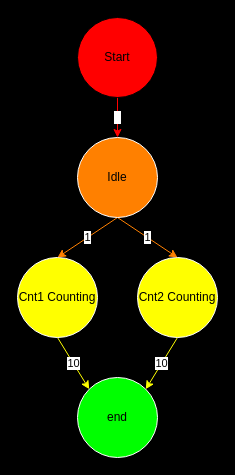
gordonpow/lab_hardware_test keeps this draw.io diagram as 4/img/AOV.drawio. Above is the earlier version. Source tidied: cells renumbered, new cells numbered last; positions are measured from the earlier drawing's top-left corner, leaving out a move shared by most shapes. Both pictures are drawn from the tidied source at 100%, with x=0, y=0 at pixel (17, 17).
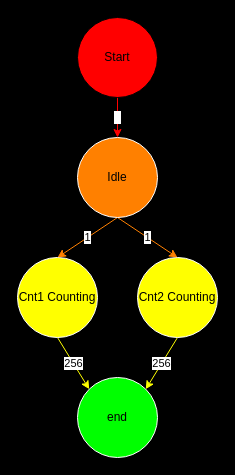
Above is the later version.

Commit message (it also covers changes not shown here):
docs: 更新AOV圖 修正clk次數

The edit, as a diff of the source:
```diff
@@
 <mxGraphModel background="#000000">
   <root>
     <mxCell id="0" />
     <mxCell id="1" parent="0" />
     <mxCell id="2" value="1" style="edgeStyle=none;html=1;exitX=0.5;exitY=1;exitDx=0;exitDy=0;fontColor=#FFFFFF;strokeColor=#FF0000;entryX=0.5;entryY=0;entryDx=0;entryDy=0;" parent="1" edge="1" source="3" target="10">
       <mxGeometry relative="1" as="geometry" />
     </mxCell>
     <mxCell id="3" value="Start" style="ellipse;whiteSpace=wrap;html=1;fillColor=#FF0000;fontColor=#000000;" parent="1" vertex="1">
       <mxGeometry x="60" width="80" height="80" as="geometry" />
     </mxCell>
-    <mxCell id="4" value="10" style="edgeStyle=none;html=1;exitX=0.5;exitY=1;exitDx=0;exitDy=0;entryX=0;entryY=0;entryDx=0;entryDy=0;strokeColor=#FFFF00;" parent="1" edge="1" source="5" target="11">
+    <mxCell id="4" value="256" style="edgeStyle=none;html=1;exitX=0.5;exitY=1;exitDx=0;exitDy=0;entryX=0;entryY=0;entryDx=0;entryDy=0;strokeColor=#FFFF00;" parent="1" edge="1" source="5" target="11">
       <mxGeometry relative="1" as="geometry" />
     </mxCell>
     <mxCell id="5" value="Cnt1 Counting" style="ellipse;whiteSpace=wrap;html=1;fontColor=#000000;strokeColor=#FFFFFF;fillColor=#FFFF00;" parent="1" vertex="1">
       <mxGeometry y="240" width="80" height="80" as="geometry" />
     </mxCell>
-    <mxCell id="6" value="10" style="edgeStyle=none;html=1;exitX=0.5;exitY=1;exitDx=0;exitDy=0;entryX=1;entryY=0;entryDx=0;entryDy=0;strokeColor=#FFFF00;" parent="1" edge="1" source="7" target="11">
+    <mxCell id="6" value="256" style="edgeStyle=none;html=1;exitX=0.5;exitY=1;exitDx=0;exitDy=0;entryX=1;entryY=0;entryDx=0;entryDy=0;strokeColor=#FFFF00;" parent="1" edge="1" source="7" target="11">
       <mxGeometry relative="1" as="geometry" />
     </mxCell>
     <mxCell id="7" value="Cnt2 Counting" style="ellipse;whiteSpace=wrap;html=1;fontColor=#000000;strokeColor=#FFFFFF;fillColor=#FFFF00;" parent="1" vertex="1">
       <mxGeometry x="120" y="240" width="80" height="80" as="geometry" />
     </mxCell>
     <mxCell id="8" value="1" style="edgeStyle=none;html=1;exitX=0.5;exitY=1;exitDx=0;exitDy=0;entryX=0.5;entryY=0;entryDx=0;entryDy=0;strokeColor=#FF8000;" parent="1" edge="1" source="10" target="5">
       <mxGeometry relative="1" as="geometry" />
     </mxCell>
     <mxCell id="9" value="1" style="edgeStyle=none;html=1;exitX=0.5;exitY=1;exitDx=0;exitDy=0;entryX=0.5;entryY=0;entryDx=0;entryDy=0;strokeColor=#FF8000;" parent="1" edge="1" source="10" target="7">
       <mxGeometry relative="1" as="geometry" />
     </mxCell>
     <mxCell id="10" value="Idle" style="ellipse;whiteSpace=wrap;html=1;fontColor=#000000;strokeColor=#FFFFFF;fillColor=#FF8000;" parent="1" vertex="1">
       <mxGeometry x="60" y="120" width="80" height="80" as="geometry" />
     </mxCell>
     <mxCell id="11" value="end" style="ellipse;whiteSpace=wrap;html=1;fontColor=#000000;strokeColor=#FFFFFF;fillColor=#00FF00;" parent="1" vertex="1">
       <mxGeometry x="60" y="360" width="80" height="80" as="geometry" />
     </mxCell>
   </root>
 </mxGraphModel>
```
